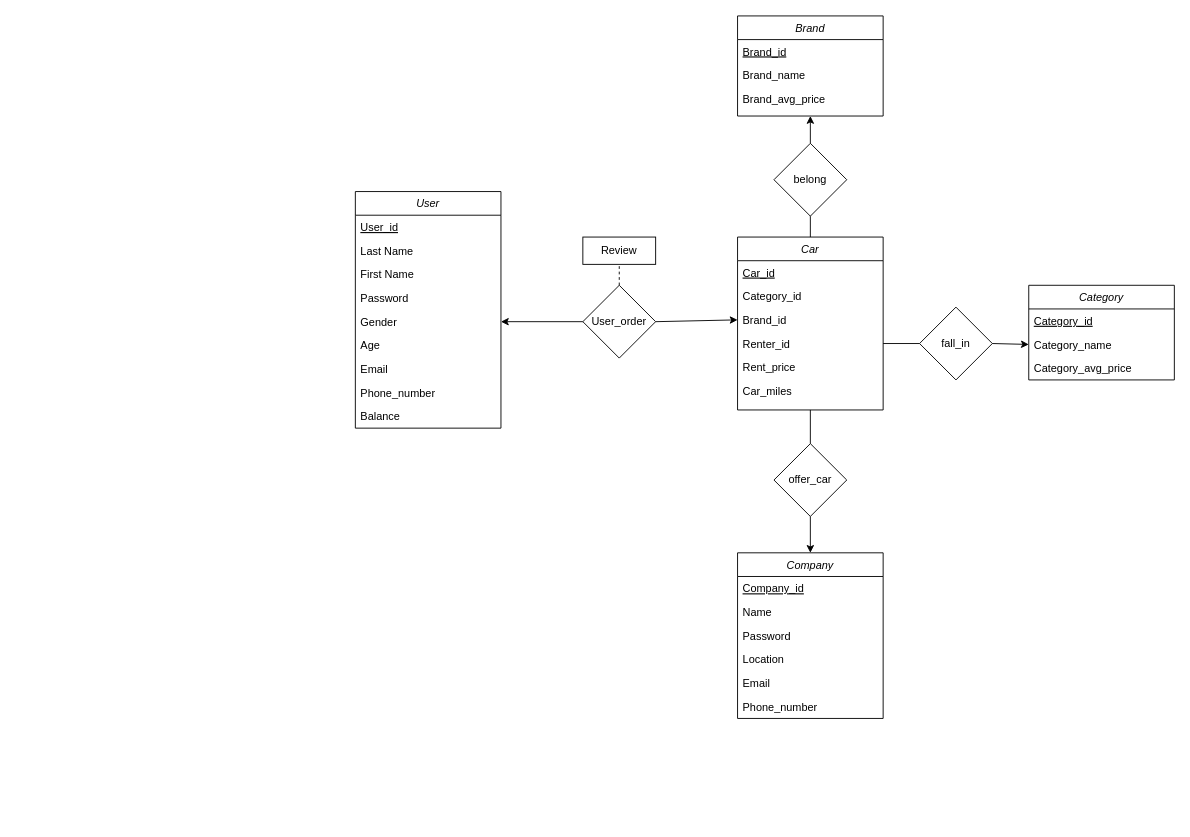
Earlier version of the draw.io diagram docs/ER-Diagram.drawio (Timothy-197/CarRent_SQL-Database-Course-Project). Source tidied: cells renumbered, new cells numbered last; positions are measured from the earlier drawing's top-left corner, leaving out a move shared by most shapes. Both pictures are drawn from the tidied source at 91%, with x=0, y=0 at pixel (355, 15).
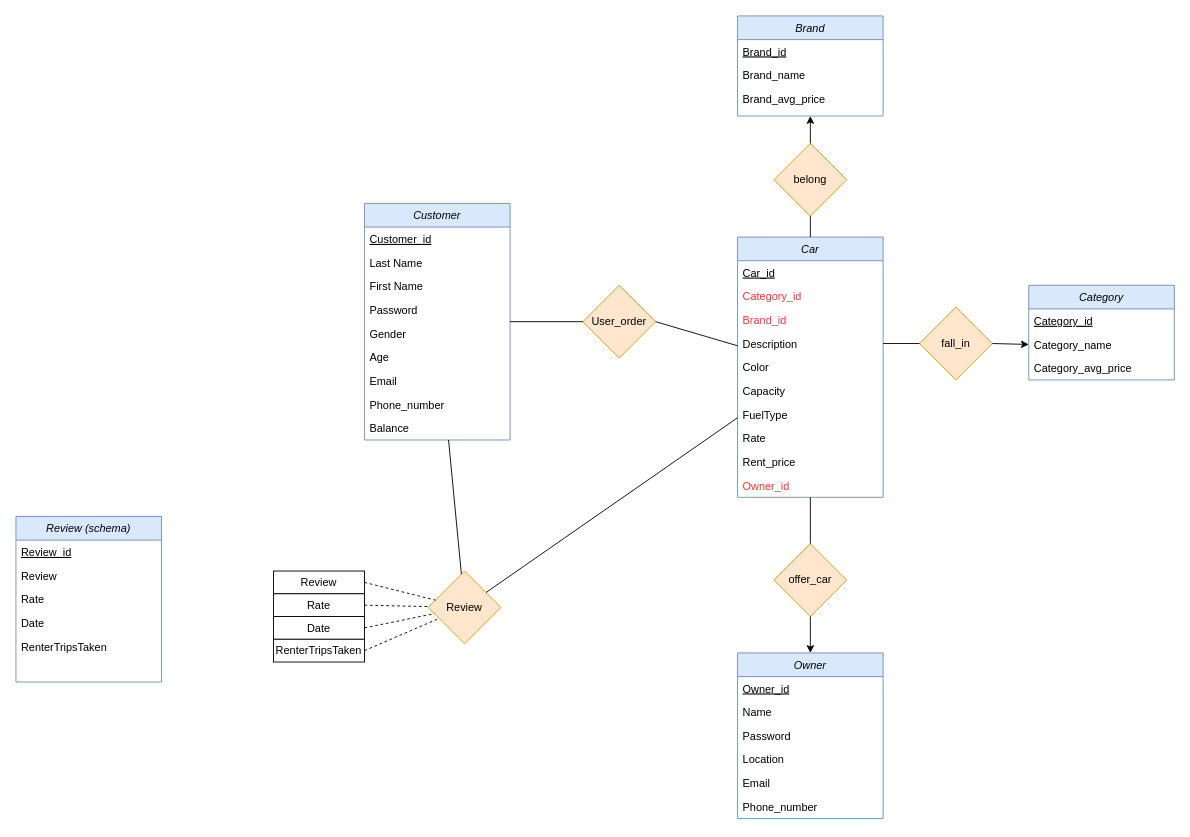
Above is the later version.

Commit message:
update ER (not complete)

drawio太麻烦了，我先写sql脚本，最后再画这个图

Unchanged cells that the change refers to:
```xml
<mxCell id="7" value="Gender" style="text;align=left;verticalAlign=top;spacingLeft=4;spacingRight=4;overflow=hidden;points=[[0,0.5],[1,0.5]];portConstraint=eastwest;" parent="2" vertex="1">
  <mxGeometry y="130" width="160" height="26" as="geometry" />
</mxCell>
```

Diff of the diagram source:
```diff
@@
-    <mxCell id="2" value="User" style="swimlane;fontStyle=2;align=center;verticalAlign=top;horizontal=1;startSize=26;rounded=0;shadow=0;strokeWidth=1;" parent="1" vertex="1">
-      <mxGeometry y="193" width="160" height="260" as="geometry" />
+    <mxCell id="2" value="Customer" style="swimlane;fontStyle=2;align=center;verticalAlign=top;horizontal=1;startSize=26;rounded=0;shadow=0;strokeWidth=1;fillColor=#dae8fc;strokeColor=#6c8ebf;" parent="1" vertex="1">
+      <mxGeometry x="10" y="206" width="160" height="260" as="geometry" />
     </mxCell>
-    <mxCell id="3" value="User_id" style="text;align=left;verticalAlign=top;spacingLeft=4;spacingRight=4;overflow=hidden;fontStyle=4;" parent="2" vertex="1">
+    <mxCell id="3" value="Customer_id" style="text;align=left;verticalAlign=top;spacingLeft=4;spacingRight=4;overflow=hidden;fontStyle=4;" parent="2" vertex="1">
       <mxGeometry y="26" width="160" height="26" as="geometry" />
     </mxCell>
@@
-    <mxCell id="12" value="Category" style="swimlane;fontStyle=2;align=center;verticalAlign=top;horizontal=1;startSize=26;rounded=0;shadow=0;strokeWidth=1;" parent="1" vertex="1">
+    <mxCell id="12" value="Category" style="swimlane;fontStyle=2;align=center;verticalAlign=top;horizontal=1;startSize=26;rounded=0;shadow=0;strokeWidth=1;fillColor=#dae8fc;strokeColor=#6c8ebf;" parent="1" vertex="1">
       <mxGeometry x="740" y="296" width="160" height="104" as="geometry" />
     </mxCell>
@@
-    <mxCell id="16" value="Car" style="swimlane;fontStyle=2;align=center;verticalAlign=top;horizontal=1;startSize=26;rounded=0;shadow=0;strokeWidth=1;" parent="1" vertex="1">
-      <mxGeometry x="420" y="243" width="160" height="190" as="geometry" />
+    <mxCell id="16" value="Car" style="swimlane;fontStyle=2;align=center;verticalAlign=top;horizontal=1;startSize=26;rounded=0;shadow=0;strokeWidth=1;fillColor=#dae8fc;strokeColor=#6c8ebf;" parent="1" vertex="1">
+      <mxGeometry x="420" y="243" width="160" height="286" as="geometry" />
     </mxCell>
@@
-    <mxCell id="18" value="Category_id" style="text;align=left;verticalAlign=top;spacingLeft=4;spacingRight=4;overflow=hidden;" parent="16" vertex="1">
+    <mxCell id="18" value="Category_id" style="text;align=left;verticalAlign=top;spacingLeft=4;spacingRight=4;overflow=hidden;fontColor=#FF3333;" parent="16" vertex="1">
       <mxGeometry y="52" width="160" height="26" as="geometry" />
     </mxCell>
-    <mxCell id="19" value="Brand_id" style="text;align=left;verticalAlign=top;spacingLeft=4;spacingRight=4;overflow=hidden;points=[[0,0.5],[1,0.5]];portConstraint=eastwest;" parent="16" vertex="1">
+    <mxCell id="19" value="Brand_id" style="text;align=left;verticalAlign=top;spacingLeft=4;spacingRight=4;overflow=hidden;points=[[0,0.5],[1,0.5]];portConstraint=eastwest;fontColor=#FF3333;" parent="16" vertex="1">
       <mxGeometry y="78" width="160" height="26" as="geometry" />
     </mxCell>
-    <mxCell id="20" value="Renter_id" style="text;align=left;verticalAlign=top;spacingLeft=4;spacingRight=4;overflow=hidden;points=[[0,0.5],[1,0.5]];portConstraint=eastwest;" parent="16" vertex="1">
-      <mxGeometry y="104" width="160" height="26" as="geometry" />
-    </mxCell>
+    <mxCell id="48" value="Description" style="text;align=left;verticalAlign=top;spacingLeft=4;spacingRight=4;overflow=hidden;" parent="16" vertex="1">
+      <mxGeometry y="104" width="160" height="26" as="geometry" />
+    </mxCell>
+    <mxCell id="49" value="Color" style="text;align=left;verticalAlign=top;spacingLeft=4;spacingRight=4;overflow=hidden;" parent="16" vertex="1">
+      <mxGeometry y="130" width="160" height="26" as="geometry" />
+    </mxCell>
+    <mxCell id="50" value="Capacity" style="text;align=left;verticalAlign=top;spacingLeft=4;spacingRight=4;overflow=hidden;" parent="16" vertex="1">
+      <mxGeometry y="156" width="160" height="26" as="geometry" />
+    </mxCell>
+    <mxCell id="51" value="FuelType" style="text;align=left;verticalAlign=top;spacingLeft=4;spacingRight=4;overflow=hidden;" parent="16" vertex="1">
+      <mxGeometry y="182" width="160" height="26" as="geometry" />
+    </mxCell>
+    <mxCell id="52" value="Rate" style="text;align=left;verticalAlign=top;spacingLeft=4;spacingRight=4;overflow=hidden;" parent="16" vertex="1">
+      <mxGeometry y="208" width="160" height="26" as="geometry" />
+    </mxCell>
     <mxCell id="21" value="Rent_price" style="text;align=left;verticalAlign=top;spacingLeft=4;spacingRight=4;overflow=hidden;" parent="16" vertex="1">
-      <mxGeometry y="130" width="160" height="26" as="geometry" />
+      <mxGeometry y="234" width="160" height="26" as="geometry" />
     </mxCell>
-    <mxCell id="22" value="Car_miles" style="text;align=left;verticalAlign=top;spacingLeft=4;spacingRight=4;overflow=hidden;" parent="16" vertex="1">
-      <mxGeometry y="156" width="160" height="26" as="geometry" />
-    </mxCell>
+    <mxCell id="53" value="Owner_id" style="text;align=left;verticalAlign=top;spacingLeft=4;spacingRight=4;overflow=hidden;fontColor=#FF3333;" parent="16" vertex="1">
+      <mxGeometry y="260" width="160" height="26" as="geometry" />
+    </mxCell>
-    <mxCell id="23" value="Brand" style="swimlane;fontStyle=2;align=center;verticalAlign=top;horizontal=1;startSize=26;rounded=0;shadow=0;strokeWidth=1;" parent="1" vertex="1">
+    <mxCell id="23" value="Brand" style="swimlane;fontStyle=2;align=center;verticalAlign=top;horizontal=1;startSize=26;rounded=0;shadow=0;strokeWidth=1;fillColor=#dae8fc;strokeColor=#6c8ebf;" parent="1" vertex="1">
       <mxGeometry x="420" width="160" height="110" as="geometry" />
     </mxCell>
@@
-    <mxCell id="27" value="Company" style="swimlane;fontStyle=2;align=center;verticalAlign=top;horizontal=1;startSize=26;rounded=0;shadow=0;strokeWidth=1;" parent="1" vertex="1">
-      <mxGeometry x="420" y="590" width="160" height="182" as="geometry" />
+    <mxCell id="27" value="Owner" style="swimlane;fontStyle=2;align=center;verticalAlign=top;horizontal=1;startSize=26;rounded=0;shadow=0;strokeWidth=1;fillColor=#dae8fc;strokeColor=#6c8ebf;" parent="1" vertex="1">
+      <mxGeometry x="420" y="700" width="160" height="182" as="geometry" />
     </mxCell>
-    <mxCell id="28" value="Company_id" style="text;align=left;verticalAlign=top;spacingLeft=4;spacingRight=4;overflow=hidden;fontStyle=4;" parent="27" vertex="1">
+    <mxCell id="28" value="Owner_id" style="text;align=left;verticalAlign=top;spacingLeft=4;spacingRight=4;overflow=hidden;fontStyle=4;" parent="27" vertex="1">
       <mxGeometry y="26" width="160" height="26" as="geometry" />
     </mxCell>
@@
-    <mxCell id="34" value="fall_in" style="rhombus;whiteSpace=wrap;html=1;" parent="1" vertex="1">
+    <mxCell id="34" value="fall_in" style="rhombus;whiteSpace=wrap;html=1;fillColor=#ffe6cc;strokeColor=#d79b00;" parent="1" vertex="1">
       <mxGeometry x="620" y="320" width="80" height="80" as="geometry" />
     </mxCell>
@@
-    <mxCell id="36" style="endArrow=none;html=1;rounded=0;entryX=0;entryY=0.5;entryDx=0;entryDy=0;exitX=1;exitY=0.5;exitDx=0;exitDy=0;" parent="1" edge="1" source="20" target="34">
-      <mxGeometry relative="1" as="geometry" />
+    <mxCell id="36" style="endArrow=none;html=1;rounded=0;entryX=0;entryY=0.5;entryDx=0;entryDy=0;exitX=1;exitY=0.5;exitDx=0;exitDy=0;" parent="1" edge="1" target="34">
+      <mxGeometry relative="1" as="geometry">
+        <mxPoint x="580" y="360" as="sourcePoint" />
+      </mxGeometry>
     </mxCell>
-    <mxCell id="37" value="belong" style="rhombus;whiteSpace=wrap;html=1;" parent="1" vertex="1">
+    <mxCell id="37" value="belong" style="rhombus;whiteSpace=wrap;html=1;fillColor=#ffe6cc;strokeColor=#d79b00;" parent="1" vertex="1">
       <mxGeometry x="460" y="140" width="80" height="80" as="geometry" />
     </mxCell>
@@
-    <mxCell id="40" value="User_order" style="rhombus;whiteSpace=wrap;html=1;" parent="1" vertex="1">
+    <mxCell id="40" value="User_order" style="rhombus;whiteSpace=wrap;html=1;fillColor=#ffe6cc;strokeColor=#d79b00;" parent="1" vertex="1">
       <mxGeometry x="250" y="296" width="80" height="80" as="geometry" />
     </mxCell>
-    <mxCell id="41" style="endArrow=classic;html=1;rounded=0;exitX=0;exitY=0.5;exitDx=0;exitDy=0;entryX=1;entryY=0.5;entryDx=0;entryDy=0;" parent="1" edge="1" source="40" target="7">
-      <mxGeometry relative="1" as="geometry" />
-    </mxCell>
-    <mxCell id="42" style="endArrow=classic;html=1;rounded=0;entryX=0;entryY=0.5;entryDx=0;entryDy=0;exitX=1;exitY=0.5;exitDx=0;exitDy=0;" parent="1" edge="1" source="40" target="19">
-      <mxGeometry relative="1" as="geometry" />
-    </mxCell>
-    <mxCell id="43" value="offer_car" style="rhombus;whiteSpace=wrap;html=1;" parent="1" vertex="1">
-      <mxGeometry x="460" y="470" width="80" height="80" as="geometry" />
+    <mxCell id="43" value="offer_car" style="rhombus;whiteSpace=wrap;html=1;fillColor=#ffe6cc;strokeColor=#d79b00;" parent="1" vertex="1">
+      <mxGeometry x="460" y="580" width="80" height="80" as="geometry" />
     </mxCell>
@@
-    <mxCell id="45" value="&lt;span style=&quot;text-align: left&quot;&gt;Review&lt;/span&gt;" style="rounded=0;whiteSpace=wrap;html=1;" parent="1" vertex="1">
-      <mxGeometry x="250" y="243" width="80" height="30" as="geometry" />
-    </mxCell>
-    <mxCell id="46" style="endArrow=none;dashed=1;html=1;rounded=0;entryX=0.5;entryY=1;entryDx=0;entryDy=0;exitX=0.5;exitY=0;exitDx=0;exitDy=0;" parent="1" edge="1" source="40" target="45">
-      <mxGeometry relative="1" as="geometry" />
-    </mxCell>
@@
+    <mxCell id="54" style="endArrow=none;html=1;rounded=0;exitX=1;exitY=0.5;exitDx=0;exitDy=0;" parent="1" edge="1" source="40" target="16">
+      <mxGeometry relative="1" as="geometry" />
+    </mxCell>
+    <mxCell id="55" style="endArrow=none;html=1;rounded=0;entryX=0;entryY=0.5;entryDx=0;entryDy=0;" parent="1" edge="1" source="2" target="40">
+      <mxGeometry relative="1" as="geometry" />
+    </mxCell>
+    <mxCell id="56" value="Review (schema)" style="swimlane;fontStyle=2;align=center;verticalAlign=top;horizontal=1;startSize=26;rounded=0;shadow=0;strokeWidth=1;fillColor=#dae8fc;strokeColor=#6c8ebf;" parent="1" vertex="1">
+      <mxGeometry x="-373" y="550" width="160" height="182" as="geometry" />
+    </mxCell>
+    <mxCell id="57" value="Review_id" style="text;align=left;verticalAlign=top;spacingLeft=4;spacingRight=4;overflow=hidden;fontStyle=4;" parent="56" vertex="1">
+      <mxGeometry y="26" width="160" height="26" as="geometry" />
+    </mxCell>
+    <mxCell id="58" value="Review" style="text;align=left;verticalAlign=top;spacingLeft=4;spacingRight=4;overflow=hidden;" parent="56" vertex="1">
+      <mxGeometry y="52" width="160" height="26" as="geometry" />
+    </mxCell>
+    <mxCell id="59" value="Rate" style="text;align=left;verticalAlign=top;spacingLeft=4;spacingRight=4;overflow=hidden;" parent="56" vertex="1">
+      <mxGeometry y="78" width="160" height="26" as="geometry" />
+    </mxCell>
+    <mxCell id="60" value="Date" style="text;align=left;verticalAlign=top;spacingLeft=4;spacingRight=4;overflow=hidden;" parent="56" vertex="1">
+      <mxGeometry y="104" width="160" height="26" as="geometry" />
+    </mxCell>
+    <mxCell id="61" value="RenterTripsTaken" style="text;align=left;verticalAlign=top;spacingLeft=4;spacingRight=4;overflow=hidden;" parent="56" vertex="1">
+      <mxGeometry y="130" width="160" height="26" as="geometry" />
+    </mxCell>
+    <mxCell id="62" value="Review" style="rhombus;whiteSpace=wrap;html=1;fillColor=#ffe6cc;strokeColor=#d79b00;" parent="1" vertex="1">
+      <mxGeometry x="80" y="610" width="80" height="80" as="geometry" />
+    </mxCell>
+    <mxCell id="63" value="&lt;span style=&quot;color: rgb(0 , 0 , 0) ; text-align: left&quot;&gt;Review&lt;/span&gt;" style="rounded=0;whiteSpace=wrap;html=1;fontColor=#FF3333;" parent="1" vertex="1">
+      <mxGeometry x="-90" y="610" width="100" height="25" as="geometry" />
+    </mxCell>
+    <mxCell id="64" style="endArrow=none;html=1;rounded=0;fontColor=#FF3333;" parent="1" edge="1" source="62" target="2">
+      <mxGeometry relative="1" as="geometry" />
+    </mxCell>
+    <mxCell id="65" style="endArrow=none;html=1;rounded=0;fontColor=#FF3333;" parent="1" edge="1" source="62" target="16">
+      <mxGeometry relative="1" as="geometry" />
+    </mxCell>
+    <mxCell id="66" value="&lt;span style=&quot;color: rgb(0 , 0 , 0) ; text-align: left&quot;&gt;Rate&lt;/span&gt;" style="rounded=0;whiteSpace=wrap;html=1;fontColor=#FF3333;" parent="1" vertex="1">
+      <mxGeometry x="-90" y="635" width="100" height="25" as="geometry" />
+    </mxCell>
+    <mxCell id="67" value="&lt;span style=&quot;color: rgb(0 , 0 , 0) ; text-align: left&quot;&gt;Date&lt;/span&gt;" style="rounded=0;whiteSpace=wrap;html=1;fontColor=#FF3333;" parent="1" vertex="1">
+      <mxGeometry x="-90" y="660" width="100" height="25" as="geometry" />
+    </mxCell>
+    <mxCell id="68" value="&lt;span style=&quot;color: rgb(0 , 0 , 0) ; text-align: left&quot;&gt;RenterTripsTaken&lt;/span&gt;" style="rounded=0;whiteSpace=wrap;html=1;fontColor=#FF3333;" parent="1" vertex="1">
+      <mxGeometry x="-90" y="685" width="100" height="25" as="geometry" />
+    </mxCell>
+    <mxCell id="69" style="endArrow=none;dashed=1;html=1;rounded=0;fontColor=#FF3333;exitX=1;exitY=0.5;exitDx=0;exitDy=0;" parent="1" edge="1" source="63" target="62">
+      <mxGeometry relative="1" as="geometry" />
+    </mxCell>
+    <mxCell id="70" style="endArrow=none;dashed=1;html=1;rounded=0;fontColor=#FF3333;exitX=1;exitY=0.5;exitDx=0;exitDy=0;" parent="1" edge="1" source="66" target="62">
+      <mxGeometry relative="1" as="geometry" />
+    </mxCell>
+    <mxCell id="71" style="endArrow=none;dashed=1;html=1;rounded=0;fontColor=#FF3333;exitX=1;exitY=0.5;exitDx=0;exitDy=0;" parent="1" edge="1" source="67" target="62">
+      <mxGeometry relative="1" as="geometry" />
+    </mxCell>
+    <mxCell id="72" style="endArrow=none;dashed=1;html=1;rounded=0;fontColor=#FF3333;exitX=1;exitY=0.5;exitDx=0;exitDy=0;" parent="1" edge="1" source="68" target="62">
+      <mxGeometry relative="1" as="geometry" />
+    </mxCell>
```
